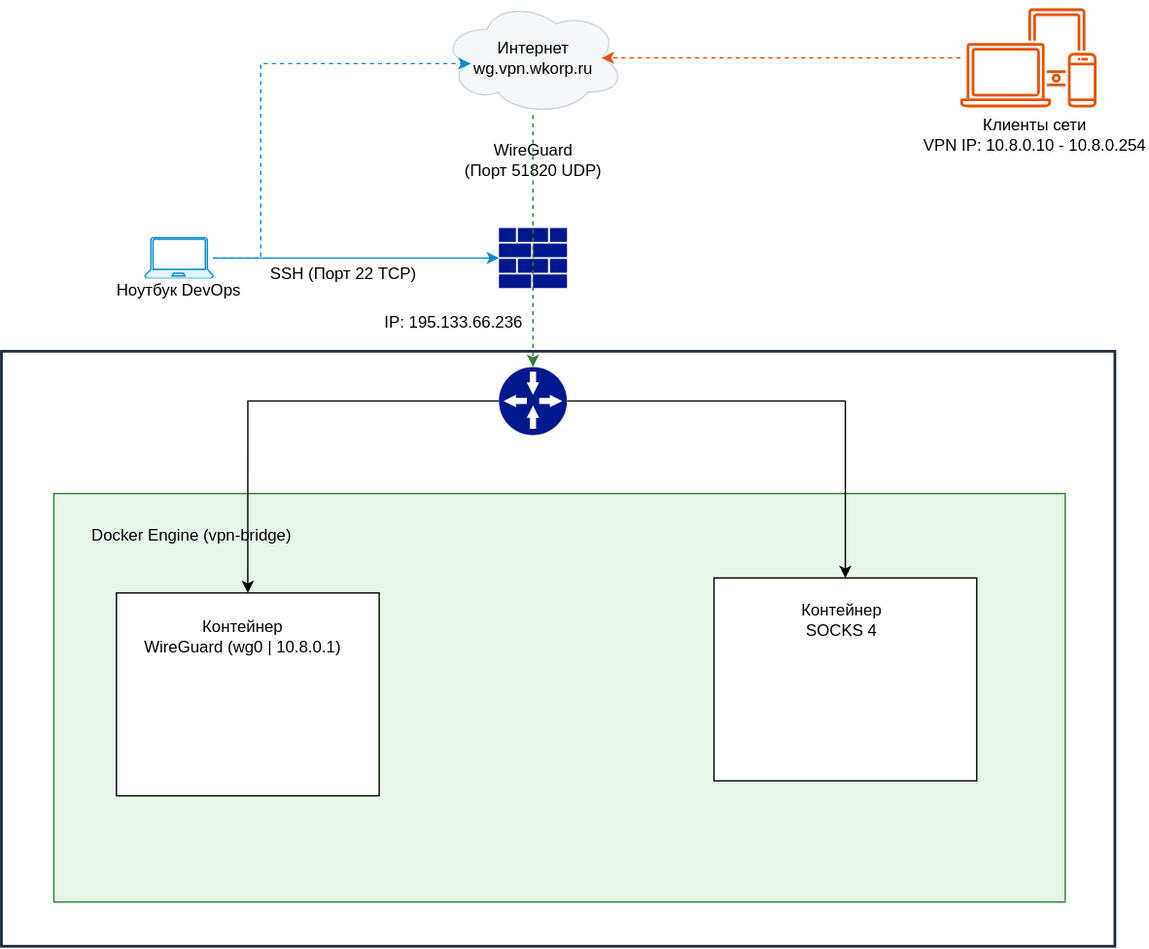
Above: project-timeweb/scheme-01.svg in mapsvk/silver-note (draw.io), before the change. Source tidied: cells renumbered, new cells last; positions are measured from the earlier drawing's top-left corner, leaving out a move shared by most shapes.
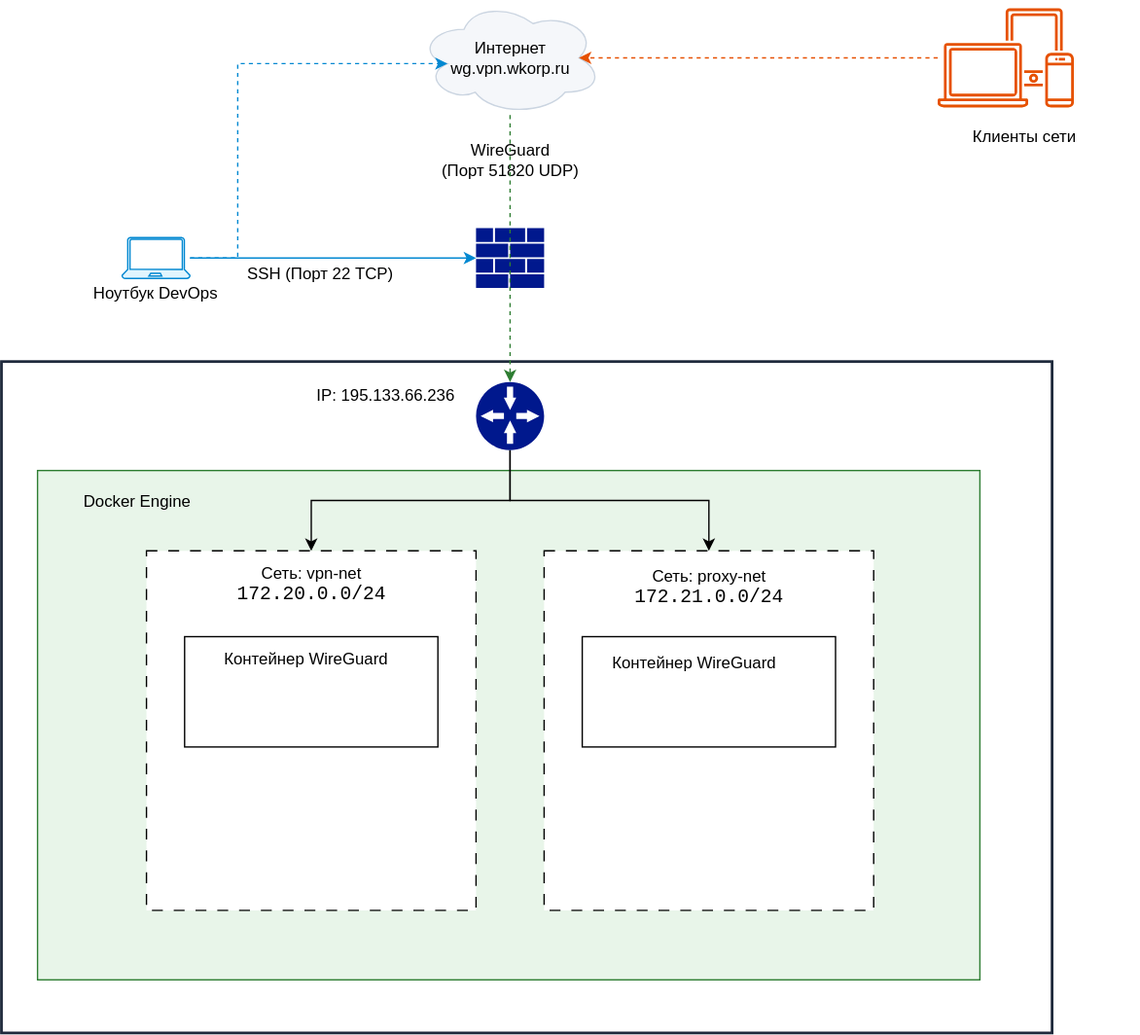
Later version of the same file.

Diff of the diagram source:
```diff
@@ -2,23 +2,23 @@
   <root>
     <mxCell id="0" />
     <mxCell id="1" parent="0" />
+    <mxCell id="3" style="rounded=0;whiteSpace=wrap;html=1;fillColor=light-dark(#FFFFFF,#FFFFFF);fillStyle=auto;strokeColor=light-dark(#1E293B,#1E293B);strokeWidth=2;" parent="1" vertex="1">
+      <mxGeometry x="16.5" y="265" width="771.5" height="493" as="geometry" />
+    </mxCell>
     <mxCell id="2" value="&lt;font style=&quot;color: light-dark(rgb(0, 0, 0), rgb(0, 0, 0));&quot;&gt;Интернет&lt;br&gt;wg.vpn.wkorp.ru&lt;/font&gt;" style="ellipse;shape=cloud;whiteSpace=wrap;html=1;fillStyle=auto;fillColor=light-dark(#F5F7FA,#F5F7FA);strokeColor=light-dark(#CBD5E1,#CBD5E1);fontColor=light-dark(#000000,#000000);" parent="1" vertex="1">
       <mxGeometry x="322.5" width="135" height="84" as="geometry" />
     </mxCell>
-    <mxCell id="3" style="rounded=0;whiteSpace=wrap;html=1;fillColor=light-dark(#FFFFFF,#FFFFFF);fillStyle=auto;strokeColor=light-dark(#1E293B,#1E293B);strokeWidth=2;" parent="1" vertex="1">
-      <mxGeometry y="258" width="818" height="437" as="geometry" />
-    </mxCell>
     <mxCell id="4" style="verticalLabelPosition=bottom;html=1;verticalAlign=top;align=center;strokeColor=#0288D1;fillColor=light-dark(#E1F5FE,#E1F5FE);shape=mxgraph.azure.laptop;" parent="1" vertex="1">
       <mxGeometry x="105" y="174" width="50" height="30" as="geometry" />
     </mxCell>
     <mxCell id="5" value="Ноутбук DevOps" style="text;html=1;whiteSpace=wrap;strokeColor=none;fillColor=light-dark(#FFFFFF,#FFFFFF);align=center;verticalAlign=middle;rounded=0;fontColor=light-dark(#000000,#000000);" parent="1" vertex="1">
-      <mxGeometry x="75" y="204" width="110" height="18.5" as="geometry" />
+      <mxGeometry x="75" y="206" width="110" height="18.5" as="geometry" />
     </mxCell>
     <mxCell id="6" value="SSH (Порт 22 TCP)" style="text;html=1;whiteSpace=wrap;strokeColor=none;fillColor=light-dark(#FFFFFF,#FFFFFF);align=center;verticalAlign=middle;rounded=0;fontColor=light-dark(#000000,#000000);" parent="1" vertex="1">
       <mxGeometry x="196" y="191" width="110" height="20" as="geometry" />
     </mxCell>
-    <mxCell id="7" value="Клиенты сети&lt;div&gt;VPN IP: 10.8.0.10 - 10.8.0.254&lt;/div&gt;" style="text;html=1;whiteSpace=wrap;strokeColor=none;fillColor=light-dark(#FFFFFF,#FFFFFF);align=center;verticalAlign=middle;rounded=0;fontColor=light-dark(#000000,#000000);" parent="1" vertex="1">
-      <mxGeometry x="676" y="84" width="166.5" height="29" as="geometry" />
+    <mxCell id="7" value="Клиенты сети" style="text;html=1;whiteSpace=wrap;strokeColor=none;fillColor=light-dark(#FFFFFF,#FFFFFF);align=center;verticalAlign=middle;rounded=0;fontColor=light-dark(#000000,#000000);" parent="1" vertex="1">
+      <mxGeometry x="685" y="88" width="166.5" height="23" as="geometry" />
     </mxCell>
     <mxCell id="8" style="sketch=0;shadow=0;dashed=0;html=1;strokeColor=none;labelPosition=center;verticalLabelPosition=bottom;verticalAlign=top;align=center;fillColor=#00188D;shape=mxgraph.mscae.enterprise.firewall;" parent="1" vertex="1">
       <mxGeometry x="365" y="167" width="50" height="44" as="geometry" />
@@ -38,49 +38,64 @@
       </mxGeometry>
     </mxCell>
     <mxCell id="12" style="rounded=0;whiteSpace=wrap;html=1;fillStyle=auto;fillColor=light-dark(#E8F5E9,#E8F5E9);strokeColor=light-dark(#2E7D32,#2E7D32);" parent="1" vertex="1">
-      <mxGeometry x="38" y="362" width="743" height="300" as="geometry" />
+      <mxGeometry x="43" y="345" width="692" height="374" as="geometry" />
     </mxCell>
-    <mxCell id="13" style="edgeStyle=orthogonalEdgeStyle;rounded=0;jettySize=auto;html=1;entryX=0.5;entryY=0;entryDx=0;entryDy=0;fontFamily=Helvetica;fontSize=12;fontColor=light-dark(#000000,#000000);" parent="1" edge="1" source="15" target="22">
-      <mxGeometry relative="1" as="geometry" />
-    </mxCell>
-    <mxCell id="14" style="edgeStyle=orthogonalEdgeStyle;rounded=0;jettySize=auto;html=1;fontFamily=Helvetica;fontSize=12;fontColor=light-dark(#000000,#000000);" parent="1" edge="1" source="15" target="25">
-      <mxGeometry relative="1" as="geometry" />
-    </mxCell>
+    <mxCell id="27" style="edgeStyle=orthogonalEdgeStyle;rounded=0;jettySize=auto;html=1;entryX=0.5;entryY=0;entryDx=0;entryDy=0;fontFamily=Helvetica;fontSize=12;fontColor=light-dark(#000000,#000000);" parent="1" edge="1" source="15" target="30">
+      <mxGeometry relative="1" as="geometry" />
+    </mxCell>
+    <mxCell id="28" style="edgeStyle=orthogonalEdgeStyle;rounded=0;jettySize=auto;html=1;fontFamily=Helvetica;fontSize=12;fontColor=light-dark(#000000,#000000);" parent="1" edge="1" source="15" target="29">
+      <mxGeometry relative="1" as="geometry" />
+    </mxCell>
     <mxCell id="15" style="sketch=0;shadow=0;dashed=0;html=1;strokeColor=none;labelPosition=center;verticalLabelPosition=bottom;verticalAlign=top;align=center;fillColor=#00188D;shape=mxgraph.mscae.enterprise.gateway;fontColor=light-dark(#000000,#000000);" parent="1" vertex="1">
-      <mxGeometry x="365" y="269" width="50" height="50" as="geometry" />
+      <mxGeometry x="365" y="280" width="50" height="50" as="geometry" />
     </mxCell>
     <mxCell id="16" style="edgeStyle=orthogonalEdgeStyle;rounded=0;jettySize=auto;html=1;entryX=0.5;entryY=0;entryDx=0;entryDy=0;entryPerimeter=0;strokeColor=light-dark(#2E7D32,#2E7D32);dashed=1;labelPosition=center;verticalLabelPosition=top;align=center;verticalAlign=bottom;" parent="1" edge="1" source="2" target="15">
       <mxGeometry relative="1" as="geometry" />
     </mxCell>
     <mxCell id="17" value="IP: 195.133.66.236" style="text;html=1;whiteSpace=wrap;strokeColor=none;fillColor=light-dark(#FFFFFF,#FFFFFF);align=center;verticalAlign=middle;rounded=0;fontColor=light-dark(#000000,#000000);" parent="1" vertex="1">
-      <mxGeometry x="277" y="227" width="110" height="20" as="geometry" />
+      <mxGeometry x="244" y="280" width="110" height="20" as="geometry" />
     </mxCell>
-    <mxCell id="18" value="Docker Engine (vpn-bridge)" style="text;html=1;whiteSpace=wrap;strokeColor=none;fillColor=none;align=center;verticalAlign=middle;rounded=0;fontColor=light-dark(#000000,#000000);" parent="1" vertex="1">
-      <mxGeometry x="59" y="382" width="161" height="22" as="geometry" />
+    <mxCell id="18" value="Docker Engine" style="text;html=1;whiteSpace=wrap;strokeColor=none;fillColor=none;align=center;verticalAlign=middle;rounded=0;fontColor=light-dark(#000000,#000000);" parent="1" vertex="1">
+      <mxGeometry x="62" y="357" width="109" height="22" as="geometry" />
     </mxCell>
+    <mxCell id="29" style="rounded=0;whiteSpace=wrap;html=1;align=center;verticalAlign=middle;fontFamily=Helvetica;fontSize=12;fontColor=light-dark(#000000,#000000);fillColor=light-dark(#FFFFFF,#FFFFFF);gradientColor=none;dashed=1;dashPattern=8 8;" parent="1" vertex="1">
+      <mxGeometry x="415" y="404" width="242" height="264" as="geometry" />
+    </mxCell>
     <mxCell id="19" style="sketch=0;outlineConnect=0;gradientColor=none;fontColor=#545B64;strokeColor=light-dark(#E65100,#E65100);fillColor=light-dark(#E65100,#E65100);dashed=0;verticalLabelPosition=bottom;verticalAlign=top;align=center;html=1;fontSize=12;fontStyle=0;shape=mxgraph.aws4.illustration_devices;rounded=0;fontFamily=Helvetica;" parent="1" vertex="1">
       <mxGeometry x="704" y="5.5" width="100" height="73" as="geometry" />
     </mxCell>
     <mxCell id="20" style="edgeStyle=orthogonalEdgeStyle;rounded=0;jettySize=auto;html=1;entryX=0.875;entryY=0.5;entryDx=0;entryDy=0;entryPerimeter=0;fontFamily=Helvetica;fontSize=12;fontColor=light-dark(#000000,#000000);strokeColor=light-dark(#E65100,#E65100);dashed=1;" parent="1" edge="1" source="19" target="2">
       <mxGeometry relative="1" as="geometry" />
     </mxCell>
+    <mxCell id="30" style="rounded=0;whiteSpace=wrap;html=1;align=center;verticalAlign=middle;fontFamily=Helvetica;fontSize=12;fontColor=light-dark(#000000,#000000);fillColor=light-dark(#FFFFFF,#FFFFFF);gradientColor=none;dashed=1;dashPattern=8 8;" parent="1" vertex="1">
+      <mxGeometry x="123" y="404" width="242" height="264" as="geometry" />
+    </mxCell>
     <mxCell id="21" style="group;" parent="1" vertex="1">
-      <mxGeometry x="84" y="435" width="193" height="149" as="geometry" />
+      <mxGeometry x="151" y="467" width="186" height="81" as="geometry" />
     </mxCell>
+    <mxCell id="31" style="group;" parent="21" vertex="1">
+      <mxGeometry width="186" height="81" as="geometry" />
+    </mxCell>
-    <mxCell id="22" style="rounded=0;whiteSpace=wrap;html=1;align=center;verticalAlign=middle;fontFamily=Helvetica;fontSize=12;fontColor=light-dark(#000000,#000000);fillColor=light-dark(#FFFFFF,#FFFFFF);gradientColor=none;" parent="21" vertex="1">
-      <mxGeometry width="193" height="149" as="geometry" />
+    <mxCell id="22" style="rounded=0;whiteSpace=wrap;html=1;align=center;verticalAlign=middle;fontFamily=Helvetica;fontSize=12;fontColor=light-dark(#000000,#000000);fillColor=light-dark(#FFFFFF,#FFFFFF);gradientColor=none;" parent="31" vertex="1">
+      <mxGeometry width="186" height="81" as="geometry" />
     </mxCell>
-    <mxCell id="23" value="&lt;span style=&quot;white-space: nowrap;&quot;&gt;Контейнер&lt;/span&gt;&lt;div&gt;&lt;span style=&quot;white-space: nowrap;&quot;&gt;WireGuard (wg0 | 10.8.0.1)&lt;/span&gt;&lt;/div&gt;" style="text;html=1;whiteSpace=wrap;strokeColor=none;fillColor=none;align=center;verticalAlign=middle;rounded=0;fontFamily=Helvetica;fontSize=12;fontColor=light-dark(#000000,#000000);" parent="21" vertex="1">
-      <mxGeometry x="18" y="13" width="150" height="37" as="geometry" />
+    <mxCell id="23" value="&lt;span style=&quot;white-space: nowrap;&quot;&gt;Контейнер&amp;nbsp;&lt;/span&gt;&lt;span style=&quot;white-space: nowrap; background-color: transparent;&quot;&gt;WireGuard&lt;/span&gt;" style="text;html=1;whiteSpace=wrap;strokeColor=none;fillColor=none;align=center;verticalAlign=middle;rounded=0;fontFamily=Helvetica;fontSize=12;fontColor=light-dark(#000000,#000000);" parent="31" vertex="1">
+      <mxGeometry x="17.3" y="7.1" width="144.6" height="20.1" as="geometry" />
     </mxCell>
-    <mxCell id="24" style="group;" parent="1" vertex="1">
-      <mxGeometry x="523" y="424" width="193" height="149" as="geometry" />
-    </mxCell>
-    <mxCell id="25" style="rounded=0;whiteSpace=wrap;html=1;align=center;verticalAlign=middle;fontFamily=Helvetica;fontSize=12;fontColor=light-dark(#000000,#000000);fillColor=light-dark(#FFFFFF,#FFFFFF);gradientColor=none;" parent="24" vertex="1">
-      <mxGeometry width="193" height="149" as="geometry" />
-    </mxCell>
-    <mxCell id="26" value="&lt;span style=&quot;white-space: nowrap;&quot;&gt;Контейнер&lt;/span&gt;&lt;div&gt;&lt;span style=&quot;white-space: nowrap;&quot;&gt;SOCKS 4&lt;/span&gt;&lt;/div&gt;" style="text;html=1;whiteSpace=wrap;strokeColor=none;fillColor=none;align=center;verticalAlign=middle;rounded=0;fontFamily=Helvetica;fontSize=12;fontColor=light-dark(#000000,#000000);" parent="24" vertex="1">
-      <mxGeometry x="19" y="12" width="150" height="37" as="geometry" />
-    </mxCell>
+    <mxCell id="32" value="Сеть: vpn-net&lt;div&gt;&lt;span class=&quot;tnfcCf&quot; style=&quot;font-family: monospace; font-size: 14px; margin: 0px; border-bottom: 0px rgb(250, 144, 62);&quot;&gt;172.20&lt;/span&gt;&lt;span class=&quot;undefined&quot; style=&quot;font-family: monospace; font-size: 14px; margin: 0px; border-bottom: 0px rgb(230, 232, 240);&quot;&gt;.&lt;/span&gt;&lt;span class=&quot;tnfcCf&quot; style=&quot;font-family: monospace; font-size: 14px; margin: 0px; border-bottom: 0px rgb(250, 144, 62);&quot;&gt;0.0&lt;/span&gt;&lt;span class=&quot;undefined&quot; aria-owns=&quot;action-menu-parent-container&quot; style=&quot;font-family: monospace; font-size: 14px; margin: 0px; border-bottom: 0px rgb(230, 232, 240);&quot;&gt;/24&lt;/span&gt;&lt;/div&gt;" style="text;html=1;whiteSpace=wrap;strokeColor=none;fillColor=none;align=center;verticalAlign=middle;rounded=0;fontColor=light-dark(#000000,#000000);" parent="1" vertex="1">
+      <mxGeometry x="176.5" y="415" width="135" height="28" as="geometry" />
+    </mxCell>
+    <mxCell id="33" value="Сеть: proxy-net&lt;div&gt;&lt;span class=&quot;tnfcCf&quot; style=&quot;font-family: monospace; font-size: 14px; margin: 0px; border-bottom: 0px rgb(250, 144, 62);&quot;&gt;172.21&lt;/span&gt;&lt;span class=&quot;undefined&quot; style=&quot;font-family: monospace; font-size: 14px; margin: 0px; border-bottom: 0px rgb(230, 232, 240);&quot;&gt;.&lt;/span&gt;&lt;span class=&quot;tnfcCf&quot; style=&quot;font-family: monospace; font-size: 14px; margin: 0px; border-bottom: 0px rgb(250, 144, 62);&quot;&gt;0.0&lt;/span&gt;&lt;span class=&quot;undefined&quot; aria-owns=&quot;action-menu-parent-container&quot; style=&quot;font-family: monospace; font-size: 14px; margin: 0px; border-bottom: 0px rgb(230, 232, 240);&quot;&gt;/24&lt;/span&gt;&lt;/div&gt;" style="text;html=1;whiteSpace=wrap;strokeColor=none;fillColor=none;align=center;verticalAlign=middle;rounded=0;fontColor=light-dark(#000000,#000000);" parent="1" vertex="1">
+      <mxGeometry x="468.5" y="415" width="135" height="32" as="geometry" />
+    </mxCell>
+    <mxCell id="34" style="group;" parent="1" vertex="1">
+      <mxGeometry x="443" y="467" width="186" height="81" as="geometry" />
+    </mxCell>
+    <mxCell id="35" style="rounded=0;whiteSpace=wrap;html=1;align=center;verticalAlign=middle;fontFamily=Helvetica;fontSize=12;fontColor=light-dark(#000000,#000000);fillColor=light-dark(#FFFFFF,#FFFFFF);gradientColor=none;" parent="34" vertex="1">
+      <mxGeometry width="186" height="81" as="geometry" />
+    </mxCell>
+    <mxCell id="36" value="&lt;span style=&quot;white-space: nowrap;&quot;&gt;Контейнер&amp;nbsp;&lt;/span&gt;&lt;span style=&quot;white-space: nowrap; background-color: transparent;&quot;&gt;WireGuard&lt;/span&gt;" style="text;html=1;whiteSpace=wrap;strokeColor=none;fillColor=none;align=center;verticalAlign=middle;rounded=0;fontFamily=Helvetica;fontSize=12;fontColor=light-dark(#000000,#000000);" parent="34" vertex="1">
+      <mxGeometry x="9.9" y="10" width="144.6" height="20.1" as="geometry" />
+    </mxCell>
   </root>
 </mxGraphModel>
```
